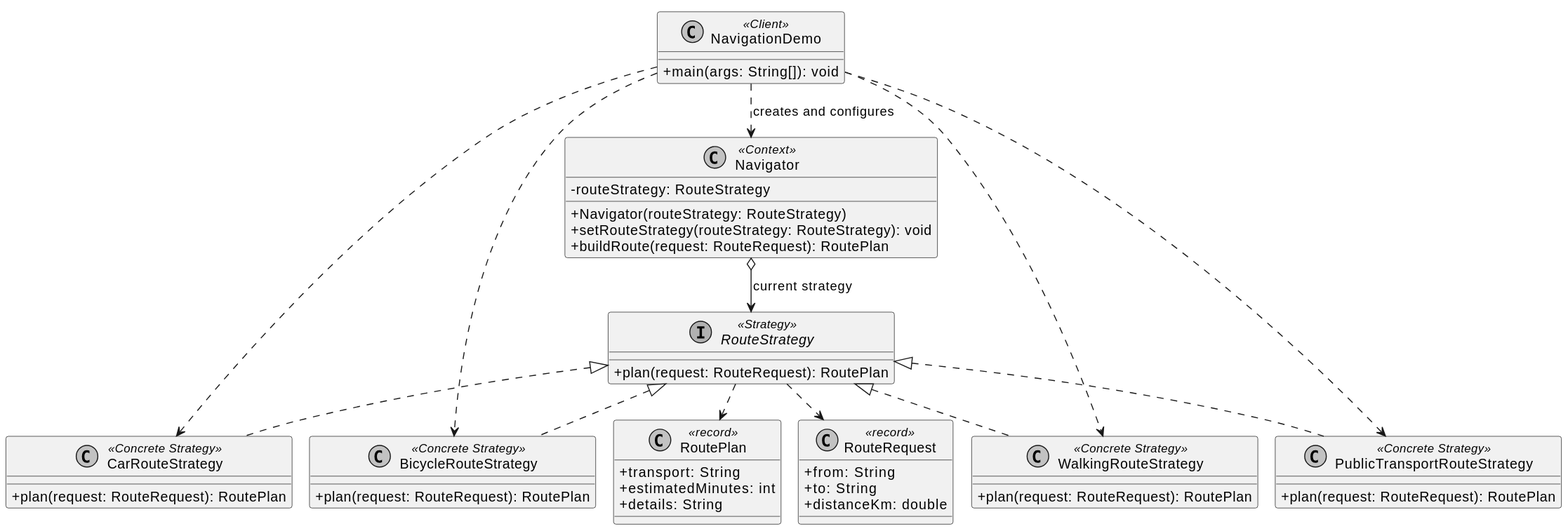
Above: docs/uml-class-diagram.svg in hann-qaz/Assignment_5_Strategy_Pattern (PlantUML), before the change. Its diagram source:
```plantuml
@startuml
!pragma layout smetana
skinparam classAttributeIconSize 0
skinparam monochrome true
skinparam shadowing false

interface RouteStrategy <<Strategy>> {
  + plan(request: RouteRequest): RoutePlan
}

class CarRouteStrategy <<Concrete Strategy>> {
  + plan(request: RouteRequest): RoutePlan
}

class WalkingRouteStrategy <<Concrete Strategy>> {
  + plan(request: RouteRequest): RoutePlan
}

class BicycleRouteStrategy <<Concrete Strategy>> {
  + plan(request: RouteRequest): RoutePlan
}

class PublicTransportRouteStrategy <<Concrete Strategy>> {
  + plan(request: RouteRequest): RoutePlan
}

class Navigator <<Context>> {
  - routeStrategy: RouteStrategy
  + Navigator(routeStrategy: RouteStrategy)
  + setRouteStrategy(routeStrategy: RouteStrategy): void
  + buildRoute(request: RouteRequest): RoutePlan
}

class NavigationDemo <<Client>> {
  + main(args: String[]): void
}

class RouteRequest <<record>> {
  + from: String
  + to: String
  + distanceKm: double
}

class RoutePlan <<record>> {
  + transport: String
  + estimatedMinutes: int
  + details: String
}

RouteStrategy <|.. CarRouteStrategy
RouteStrategy <|.. WalkingRouteStrategy
RouteStrategy <|.. BicycleRouteStrategy
RouteStrategy <|.. PublicTransportRouteStrategy
Navigator o--> RouteStrategy : current strategy
NavigationDemo ..> Navigator : creates and configures
NavigationDemo ..> CarRouteStrategy
NavigationDemo ..> WalkingRouteStrategy
NavigationDemo ..> BicycleRouteStrategy
NavigationDemo ..> PublicTransportRouteStrategy
RouteStrategy ..> RouteRequest
RouteStrategy ..> RoutePlan
@enduml
```
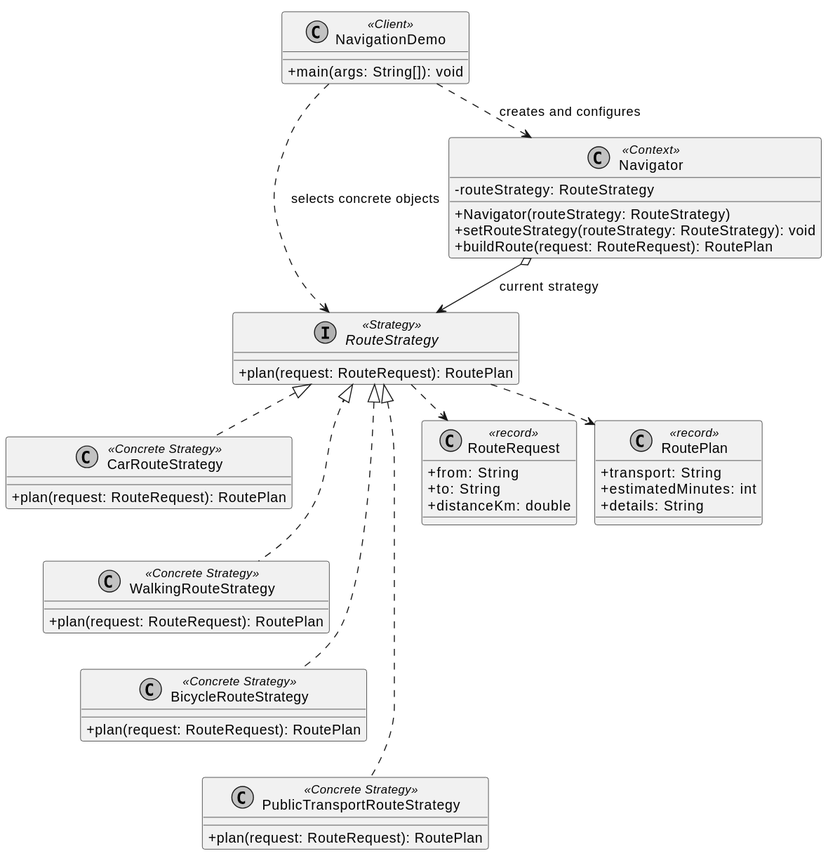
After the commit.

Diff of the diagram source:
```diff
@@ -1,5 +1,6 @@
 @startuml
 !pragma layout smetana
+top to bottom direction
 skinparam classAttributeIconSize 0
 skinparam monochrome true
 skinparam shadowing false
@@ -53,10 +54,10 @@
 RouteStrategy <|.. PublicTransportRouteStrategy
 Navigator o--> RouteStrategy : current strategy
 NavigationDemo ..> Navigator : creates and configures
-NavigationDemo ..> CarRouteStrategy
-NavigationDemo ..> WalkingRouteStrategy
-NavigationDemo ..> BicycleRouteStrategy
-NavigationDemo ..> PublicTransportRouteStrategy
+NavigationDemo ..> RouteStrategy : selects concrete objects
 RouteStrategy ..> RouteRequest
 RouteStrategy ..> RoutePlan
+CarRouteStrategy -[hidden]down-> WalkingRouteStrategy
+WalkingRouteStrategy -[hidden]down-> BicycleRouteStrategy
+BicycleRouteStrategy -[hidden]down-> PublicTransportRouteStrategy
 @enduml
```
